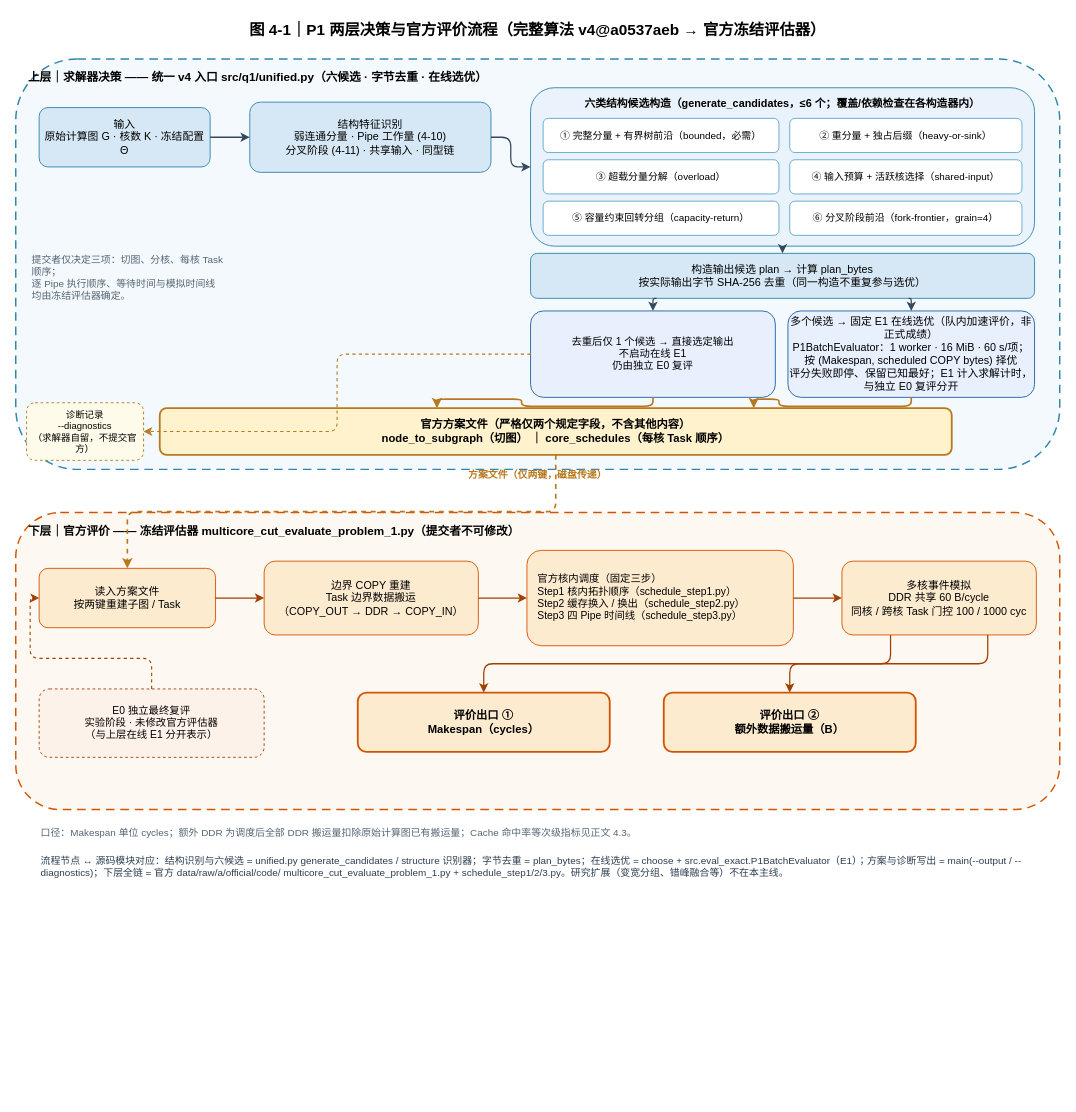
Above: figures/a/jia-fig4-1-20260926/fig4-1-p1-two-layer-flow.drawio in Vioano/huaweicup2026 (draw.io), before the change. Source tidied: cells renumbered, new cells numbered last; positions are measured from the earlier drawing's top-left corner, leaving out a move shared by most shapes. Both pictures are drawn from the tidied source at 90%, with x=0, y=0 at pixel (15, 15).
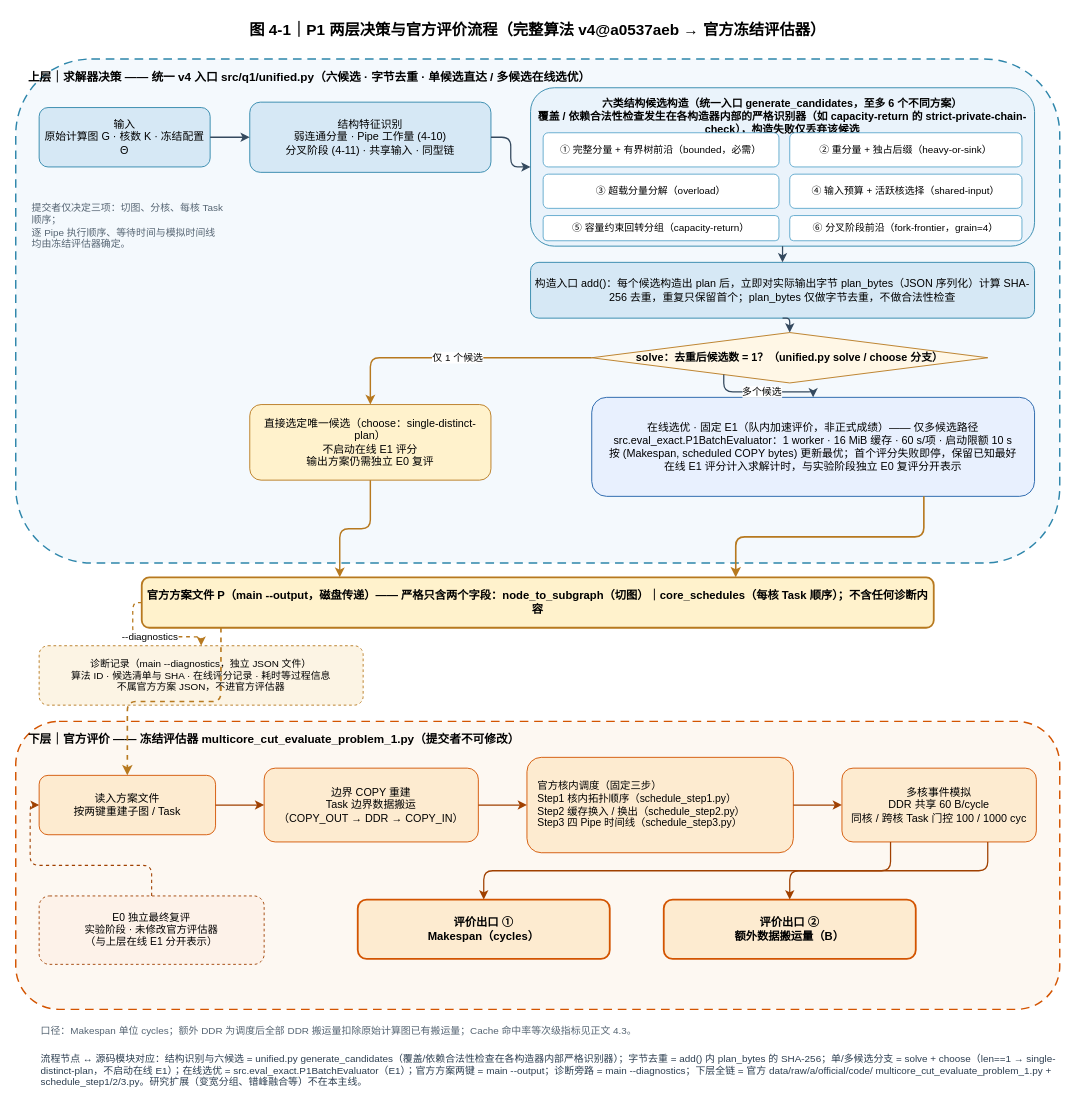
The same page after the edit.

Commit message (it also covers changes not shown here):
figures(4-1): rework per review 5836746442/5836853258 - fix stray mxCell, add single-candidate direct-output branch, candidates flow through add() byte dedup, split --diagnostics side output

The change refers to these unchanged cells:
```xml
<mxCell id="4" value="输入&#10;原始计算图 G · 核数 K · 冻结配置 Θ" style="rounded=1;whiteSpace=wrap;html=1;fillColor=#D6E8F5;strokeColor=#2E86AB;fontSize=12;fontFamily=Microsoft YaHei;" parent="1" vertex="1">
  <mxGeometry x="26" y="102" width="190" height="66" as="geometry" />
</mxCell>
<mxCell id="5" value="结构特征识别&#10;弱连通分量 · Pipe 工作量 (4-10)&#10;分叉阶段 (4-11) · 共享输入 · 同型链" style="rounded=1;whiteSpace=wrap;html=1;fillColor=#D6E8F5;strokeColor=#2E86AB;fontSize=12;fontFamily=Microsoft YaHei;" parent="1" vertex="1">
  <mxGeometry x="260" y="96" width="268" height="78" as="geometry" />
</mxCell>
```

The edit, as a diff of the source:
```diff
@@
-    <mxCell id="3" value="上层｜求解器决策 —— 统一 v4 入口 src/q1/unified.py（六候选 · 字节去重 · 在线选优）" style="rounded=1;whiteSpace=wrap;html=1;dashed=1;dashPattern=6 4;fillColor=#F4F9FD;strokeColor=#2E86AB;strokeWidth=1.6;fontSize=13;fontStyle=1;fontFamily=Microsoft YaHei;verticalAlign=top;align=left;spacingLeft=12;spacingTop=6;" parent="1" vertex="1">
-      <mxGeometry y="48" width="1160" height="456" as="geometry" />
+    <mxCell id="3" value="上层｜求解器决策 —— 统一 v4 入口 src/q1/unified.py（六候选 · 字节去重 · 单候选直达 / 多候选在线选优）" style="rounded=1;whiteSpace=wrap;html=1;dashed=1;dashPattern=6 4;fillColor=#F4F9FD;strokeColor=#2E86AB;strokeWidth=1.6;fontSize=13;fontStyle=1;fontFamily=Microsoft YaHei;verticalAlign=top;align=left;spacingLeft=12;spacingTop=6;" parent="1" vertex="1">
+      <mxGeometry y="48" width="1160" height="560" as="geometry" />
     </mxCell>
@@
-    <mxCell id="6" value="六类结构候选构造（generate_candidates，≤6 个；覆盖/依赖检查在各构造器内）" style="rounded=1;whiteSpace=wrap;html=1;fillColor=#EAF3FB;strokeColor=#2E86AB;fontSize=12;fontStyle=1;fontFamily=Microsoft YaHei;verticalAlign=top;spacingTop=4;" parent="1" vertex="1">
+    <mxCell id="6" value="六类结构候选构造（统一入口 generate_candidates，至多 6 个不同方案）&#10;覆盖 / 依赖合法性检查发生在各构造器内部的严格识别器（如 capacity-return 的 strict-private-chain-check），构造失败仅丢弃该候选" style="rounded=1;whiteSpace=wrap;html=1;fillColor=#EAF3FB;strokeColor=#2E86AB;fontSize=12;fontStyle=1;fontFamily=Microsoft YaHei;verticalAlign=top;spacingTop=4;" parent="1" vertex="1">
       <mxGeometry x="572" y="80" width="560" height="176" as="geometry" />
     </mxCell>
     <mxCell id="7" value="① 完整分量 + 有界树前沿（bounded，必需）" style="rounded=1;whiteSpace=wrap;html=1;fillColor=#FFFFFF;strokeColor=#5DA7CC;fontSize=11;fontFamily=Microsoft YaHei;" parent="6" vertex="1">
-      <mxGeometry x="14" y="34" width="262" height="38" as="geometry" />
+      <mxGeometry x="14" y="50" width="262" height="38" as="geometry" />
     </mxCell>
     <mxCell id="8" value="② 重分量 + 独占后缀（heavy-or-sink）" style="rounded=1;whiteSpace=wrap;html=1;fillColor=#FFFFFF;strokeColor=#5DA7CC;fontSize=11;fontFamily=Microsoft YaHei;" parent="6" vertex="1">
-      <mxGeometry x="288" y="34" width="258" height="38" as="geometry" />
+      <mxGeometry x="288" y="50" width="258" height="38" as="geometry" />
     </mxCell>
     <mxCell id="9" value="③ 超载分量分解（overload）" style="rounded=1;whiteSpace=wrap;html=1;fillColor=#FFFFFF;strokeColor=#5DA7CC;fontSize=11;fontFamily=Microsoft YaHei;" parent="6" vertex="1">
-      <mxGeometry x="14" y="80" width="262" height="38" as="geometry" />
+      <mxGeometry x="14" y="96" width="262" height="38" as="geometry" />
     </mxCell>
     <mxCell id="10" value="④ 输入预算 + 活跃核选择（shared-input）" style="rounded=1;whiteSpace=wrap;html=1;fillColor=#FFFFFF;strokeColor=#5DA7CC;fontSize=11;fontFamily=Microsoft YaHei;" parent="6" vertex="1">
-      <mxGeometry x="288" y="80" width="258" height="38" as="geometry" />
+      <mxGeometry x="288" y="96" width="258" height="38" as="geometry" />
     </mxCell>
     <mxCell id="11" value="⑤ 容量约束回转分组（capacity-return）" style="rounded=1;whiteSpace=wrap;html=1;fillColor=#FFFFFF;strokeColor=#5DA7CC;fontSize=11;fontFamily=Microsoft YaHei;" parent="6" vertex="1">
-      <mxGeometry x="14" y="126" width="262" height="38" as="geometry" />
+      <mxGeometry x="14" y="142" width="262" height="28" as="geometry" />
     </mxCell>
     <mxCell id="12" value="⑥ 分叉阶段前沿（fork-frontier，grain=4）" style="rounded=1;whiteSpace=wrap;html=1;fillColor=#FFFFFF;strokeColor=#5DA7CC;fontSize=11;fontFamily=Microsoft YaHei;" parent="6" vertex="1">
-      <mxGeometry x="288" y="126" width="258" height="38" as="geometry" />
+      <mxGeometry x="288" y="142" width="258" height="28" as="geometry" />
     </mxCell>
-    <mxCell id="13" value="构造输出候选 plan → 计算 plan_bytes&#10;按实际输出字节 SHA-256 去重（同一构造不重复参与选优）" style="rounded=1;whiteSpace=wrap;html=1;fillColor=#D6E8F5;strokeColor=#2E86AB;fontSize=12;fontFamily=Microsoft YaHei;" parent="1" vertex="1">
-      <mxGeometry x="572" y="264" width="560" height="50" as="geometry" />
+    <mxCell id="13" value="构造入口 add()：每个候选构造出 plan 后，立即对实际输出字节 plan_bytes（JSON 序列化）计算 SHA-256 去重，重复只保留首个；plan_bytes 仅做字节去重，不做合法性检查" style="rounded=1;whiteSpace=wrap;html=1;fillColor=#D6E8F5;strokeColor=#2E86AB;fontSize=12;fontFamily=Microsoft YaHei;" parent="1" vertex="1">
+      <mxGeometry x="572" y="274" width="560" height="62" as="geometry" />
     </mxCell>
+    <mxCell id="45" value="solve：去重后候选数 = 1？（unified.py solve / choose 分支）" style="rhombus;whiteSpace=wrap;html=1;fillColor=#FFF7E6;strokeColor=#B7791F;fontSize=12;fontStyle=1;fontFamily=Microsoft YaHei;" parent="1" vertex="1">
+      <mxGeometry x="640" y="352" width="440" height="56" as="geometry" />
+    </mxCell>
+    <mxCell id="15" value="直接选定唯一候选（choose：single-distinct-plan）&#10;不启动在线 E1 评分&#10;输出方案仍需独立 E0 复评" style="rounded=1;whiteSpace=wrap;html=1;fillColor=#FFF2CC;strokeColor=#B7791F;fontSize=12;fontFamily=Microsoft YaHei;" parent="1" vertex="1">
+      <mxGeometry x="260" y="432" width="268" height="84" as="geometry" />
+    </mxCell>
-    <mxCell id="14" value="多个候选 → 固定 E1 在线选优（队内加速评价，非正式成绩）&#10;P1BatchEvaluator：1 worker · 16 MiB · 60 s/项；按 (Makespan, scheduled COPY bytes) 择优&#10;评分失败即停、保留已知最好；E1 计入求解计时，与独立 E0 复评分开" style="rounded=1;whiteSpace=wrap;html=1;fillColor=#E8F0FE;strokeColor=#1F5FA8;fontSize=12;fontFamily=Microsoft YaHei;" parent="1" vertex="1">
-      <mxGeometry x="858" y="328" width="274" height="96" as="geometry" />
+    <mxCell id="14" value="在线选优 · 固定 E1（队内加速评价，非正式成绩）—— 仅多候选路径&#10;src.eval_exact.P1BatchEvaluator：1 worker · 16 MiB 缓存 · 60 s/项 · 启动限额 10 s&#10;按 (Makespan, scheduled COPY bytes) 更新最优；首个评分失败即停，保留已知最好&#10;在线 E1 评分计入求解计时，与实验阶段独立 E0 复评分开表示" style="rounded=1;whiteSpace=wrap;html=1;fillColor=#E8F0FE;strokeColor=#1F5FA8;fontSize=12;fontFamily=Microsoft YaHei;" parent="1" vertex="1">
+      <mxGeometry x="640" y="424" width="492" height="110" as="geometry" />
     </mxCell>
-    <mxCell id="15" value="去重后仅 1 个候选 → 直接选定输出&#10;不启动在线 E1&#10;仍由独立 E0 复评" style="rounded=1;whiteSpace=wrap;html=1;fillColor=#E8F0FE;strokeColor=#1F5FA8;fontSize=11.5;fontFamily=Microsoft YaHei;" parent="1" vertex="1">
-      <mxGeometry x="572" y="328" width="272" height="96" as="geometry" />
-    </mxCell>
-    <mxCell id="16" value="官方方案文件（严格仅两个规定字段，不含其他内容）&#10;node_to_subgraph（切图）   ｜   core_schedules（每核 Task 顺序）" style="rounded=1;whiteSpace=wrap;html=1;fillColor=#FFF2CC;strokeColor=#B7791F;strokeWidth=2;fontSize=12.5;fontStyle=1;fontFamily=Microsoft YaHei;" parent="1" vertex="1">
-      <mxGeometry x="160" y="436" width="880" height="52" as="geometry" />
+    <mxCell id="16" value="官方方案文件 P（main --output，磁盘传递）—— 严格只含两个字段：node_to_subgraph（切图）｜core_schedules（每核 Task 顺序）；不含任何诊断内容" style="rounded=1;whiteSpace=wrap;html=1;fillColor=#FFF2CC;strokeColor=#B7791F;strokeWidth=2;fontSize=12.5;fontStyle=1;fontFamily=Microsoft YaHei;" parent="1" vertex="1">
+      <mxGeometry x="140" y="624" width="880" height="56" as="geometry" />
     </mxCell>
-    <mxCell id="17" value="诊断记录&#10;--diagnostics&#10;（求解器自留，不提交官方）" style="rounded=1;whiteSpace=wrap;html=1;dashed=1;fillColor=#FFFBEA;strokeColor=#B7791F;fontSize=10.5;fontFamily=Microsoft YaHei;" parent="1" vertex="1">
-      <mxGeometry x="12" y="430" width="130" height="64" as="geometry" />
+    <mxCell id="17" value="诊断记录（main --diagnostics，独立 JSON 文件）&#10;算法 ID · 候选清单与 SHA · 在线评分记录 · 耗时等过程信息&#10;不属官方方案 JSON，不进官方评估器" style="rounded=1;whiteSpace=wrap;html=1;dashed=1;fillColor=#FCF4E4;strokeColor=#B7791F;fontSize=11;fontFamily=Microsoft YaHei;" parent="1" vertex="1">
+      <mxGeometry x="26" y="700" width="360" height="66" as="geometry" />
     </mxCell>
     <mxCell id="18" value="提交者仅决定三项：切图、分核、每核 Task 顺序；&#10;逐 Pipe 执行顺序、等待时间与模拟时间线均由冻结评估器确定。" style="text;html=1;strokeColor=none;fillColor=none;align=left;verticalAlign=middle;whiteSpace=wrap;rounded=0;fontSize=11;fontColor=#566573;fontFamily=Microsoft YaHei;" parent="1" vertex="1">
-      <mxGeometry x="16" y="236" width="216" height="110" as="geometry" />
+      <mxGeometry x="16" y="192" width="216" height="84" as="geometry" />
     </mxCell>
-    <mxCell id="19" value="方案文件（仅两键，磁盘传递）" style="text;html=1;strokeColor=none;fillColor=none;align=center;verticalAlign=middle;whiteSpace=wrap;rounded=0;fontSize=11;fontStyle=1;fontColor=#B7791F;fontFamily=Microsoft YaHei;" parent="1" vertex="1">
-      <mxGeometry x="460" y="498" width="240" height="24" as="geometry" />
-    </mxCell>
     <mxCell id="20" value="下层｜官方评价 —— 冻结评估器 multicore_cut_evaluate_problem_1.py（提交者不可修改）" style="rounded=1;whiteSpace=wrap;html=1;dashed=1;dashPattern=6 4;fillColor=#FDF8F2;strokeColor=#D35400;strokeWidth=1.6;fontSize=13;fontStyle=1;fontFamily=Microsoft YaHei;verticalAlign=top;align=left;spacingLeft=12;spacingTop=6;" parent="1" vertex="1">
-      <mxGeometry y="552" width="1160" height="330" as="geometry" />
+      <mxGeometry y="784" width="1160" height="320" as="geometry" />
     </mxCell>
     <mxCell id="21" value="读入方案文件&#10;按两键重建子图 / Task" style="rounded=1;whiteSpace=wrap;html=1;fillColor=#FDEBD0;strokeColor=#D35400;fontSize=12;fontFamily=Microsoft YaHei;" parent="1" vertex="1">
-      <mxGeometry x="26" y="614" width="196" height="66" as="geometry" />
+      <mxGeometry x="26" y="844" width="196" height="66" as="geometry" />
     </mxCell>
     <mxCell id="22" value="边界 COPY 重建&#10;Task 边界数据搬运&#10;（COPY_OUT → DDR → COPY_IN）" style="rounded=1;whiteSpace=wrap;html=1;fillColor=#FDEBD0;strokeColor=#D35400;fontSize=12;fontFamily=Microsoft YaHei;" parent="1" vertex="1">
-      <mxGeometry x="276" y="606" width="238" height="82" as="geometry" />
+      <mxGeometry x="276" y="836" width="238" height="82" as="geometry" />
     </mxCell>
     <mxCell id="23" value="官方核内调度（固定三步）&#10;Step1 核内拓扑顺序（schedule_step1.py）&#10;Step2 缓存换入 / 换出（schedule_step2.py）&#10;Step3 四 Pipe 时间线（schedule_step3.py）" style="rounded=1;whiteSpace=wrap;html=1;fillColor=#FDEBD0;strokeColor=#D35400;fontSize=11.5;fontFamily=Microsoft YaHei;align=left;spacingLeft=10;" parent="1" vertex="1">
-      <mxGeometry x="568" y="594" width="296" height="106" as="geometry" />
+      <mxGeometry x="568" y="824" width="296" height="106" as="geometry" />
     </mxCell>
     <mxCell id="24" value="多核事件模拟&#10;DDR 共享 60 B/cycle&#10;同核 / 跨核 Task 门控 100 / 1000 cyc" style="rounded=1;whiteSpace=wrap;html=1;fillColor=#FDEBD0;strokeColor=#D35400;fontSize=12;fontFamily=Microsoft YaHei;" parent="1" vertex="1">
-      <mxGeometry x="918" y="606" width="216" height="82" as="geometry" />
+      <mxGeometry x="918" y="836" width="216" height="82" as="geometry" />
     </mxCell>
     <mxCell id="25" value="E0 独立最终复评&#10;实验阶段 · 未修改官方评估器&#10;（与上层在线 E1 分开表示）" style="rounded=1;whiteSpace=wrap;html=1;dashed=1;fillColor=#FDF2E9;strokeColor=#A04000;fontSize=11.5;fontFamily=Microsoft YaHei;" parent="1" vertex="1">
-      <mxGeometry x="26" y="748" width="250" height="76" as="geometry" />
+      <mxGeometry x="26" y="978" width="250" height="76" as="geometry" />
     </mxCell>
     <mxCell id="26" value="评价出口 ①&#10;Makespan（cycles）" style="rounded=1;whiteSpace=wrap;html=1;fillColor=#FDEBD0;strokeColor=#D35400;strokeWidth=2;fontSize=12.5;fontStyle=1;fontFamily=Microsoft YaHei;" parent="1" vertex="1">
-      <mxGeometry x="380" y="752" width="280" height="66" as="geometry" />
+      <mxGeometry x="380" y="982" width="280" height="66" as="geometry" />
     </mxCell>
     <mxCell id="27" value="评价出口 ②&#10;额外数据搬运量（B）" style="rounded=1;whiteSpace=wrap;html=1;fillColor=#FDEBD0;strokeColor=#D35400;strokeWidth=2;fontSize=12.5;fontStyle=1;fontFamily=Microsoft YaHei;" parent="1" vertex="1">
-      <mxGeometry x="720" y="752" width="280" height="66" as="geometry" />
+      <mxGeometry x="720" y="982" width="280" height="66" as="geometry" />
     </mxCell>
     <mxCell id="28" value="口径：Makespan 单位 cycles；额外 DDR 为调度后全部 DDR 搬运量扣除原始计算图已有搬运量；Cache 命中率等次级指标见正文 4.3。" style="text;html=1;strokeColor=none;fillColor=none;align=left;verticalAlign=middle;whiteSpace=wrap;rounded=0;fontSize=11;fontColor=#566573;fontFamily=Microsoft YaHei;" parent="1" vertex="1">
-      <mxGeometry x="26" y="894" width="1130" height="28" as="geometry" />
+      <mxGeometry x="26" y="1114" width="1130" height="28" as="geometry" />
     </mxCell>
-    <mxCell id="29" value="流程节点 ↔ 源码模块对应：结构识别与六候选 = unified.py generate_candidates / structure 识别器；字节去重 = plan_bytes；在线选优 = choose + src.eval_exact.P1BatchEvaluator（E1）；方案与诊断写出 = main(--output / --diagnostics)；下层全链 = 官方 data/raw/a/official/code/ multicore_cut_evaluate_problem_1.py + schedule_step1/2/3.py。研究扩展（变宽分组、错峰融合等）不在本主线。" style="text;html=1;strokeColor=none;fillColor=none;align=left;verticalAlign=top;whiteSpace=wrap;rounded=0;fontSize=11;fontColor=#2C3E50;fontFamily=Microsoft YaHei;" parent="1" vertex="1">
-      <mxGeometry x="26" y="926" width="1130" height="60" as="geometry" />
+    <mxCell id="29" value="流程节点 ↔ 源码模块对应：结构识别与六候选 = unified.py generate_candidates（覆盖/依赖合法性检查在各构造器内部严格识别器）；字节去重 = add() 内 plan_bytes 的 SHA-256；单/多候选分支 = solve + choose（len==1 → single-distinct-plan，不启动在线 E1）；在线选优 = src.eval_exact.P1BatchEvaluator（E1）；官方方案两键 = main --output；诊断旁路 = main --diagnostics；下层全链 = 官方 data/raw/a/official/code/ multicore_cut_evaluate_problem_1.py + schedule_step1/2/3.py。研究扩展（变宽分组、错峰融合等）不在本主线。" style="text;html=1;strokeColor=none;fillColor=none;align=left;verticalAlign=top;whiteSpace=wrap;rounded=0;fontSize=11;fontColor=#2C3E50;fontFamily=Microsoft YaHei;" parent="1" vertex="1">
+      <mxGeometry x="26" y="1146" width="1130" height="56" as="geometry" />
     </mxCell>
-    <mxCell id="30" style="edgeStyle=orthogonalEdgeStyle;rounded=1;html=1;strokeColor=#34495E;strokeWidth=1.4;fontSize=11;" parent="1" edge="1" source="4" target="5">
+    <mxCell id="30" style="edgeStyle=orthogonalEdgeStyle;rounded=1;html=1;strokeColor=#34495E;strokeWidth=1.4;" parent="1" edge="1" source="4" target="5">
       <mxGeometry relative="1" as="geometry" />
     </mxCell>
@@
+    <mxCell id="46" style="edgeStyle=orthogonalEdgeStyle;rounded=1;html=1;strokeColor=#34495E;strokeWidth=1.4;exitX=0.5;exitY=1;entryX=0.5;entryY=0;" parent="1" edge="1" source="6" target="13">
+      <mxGeometry relative="1" as="geometry" />
+    </mxCell>
-    <mxCell id="32" style="edgeStyle=orthogonalEdgeStyle;rounded=1;html=1;strokeColor=#34495E;strokeWidth=1.4;exitX=0.5;exitY=1;entryX=0.5;entryY=0;" parent="1" edge="1" source="6" target="13">
+    <mxCell id="32" style="edgeStyle=orthogonalEdgeStyle;rounded=1;html=1;strokeColor=#34495E;strokeWidth=1.4;exitX=0.5;exitY=1;entryX=0.5;entryY=0;" parent="1" edge="1" source="13" target="45">
       <mxGeometry relative="1" as="geometry" />
     </mxCell>
-    <mxCell id="33" style="edgeStyle=orthogonalEdgeStyle;rounded=1;html=1;strokeColor=#34495E;strokeWidth=1.4;exitX=0.25;exitY=1;entryX=0.5;entryY=0;" parent="1" edge="1" source="13" target="15">
+    <mxCell id="33" value="多个候选" style="edgeStyle=orthogonalEdgeStyle;rounded=1;html=1;strokeColor=#34495E;strokeWidth=1.4;fontSize=11;exitX=0.25;exitY=1;entryX=0.5;entryY=0;" parent="1" edge="1" source="45" target="14">
       <mxGeometry relative="1" as="geometry" />
     </mxCell>
-    <mxCell id="34" style="edgeStyle=orthogonalEdgeStyle;rounded=1;html=1;strokeColor=#34495E;strokeWidth=1.4;exitX=0.75;exitY=1;entryX=0.5;entryY=0;" parent="1" edge="1" source="13" target="14">
-      <mxGeometry relative="1" as="geometry" />
-    </mxCell>
-    <mxCell id="35" style="edgeStyle=orthogonalEdgeStyle;rounded=1;html=1;strokeColor=#B7791F;strokeWidth=1.8;exitX=0.5;exitY=1;entryX=0.35;entryY=0;" parent="1" edge="1" source="15" target="16">
+    <mxCell id="35" value="仅 1 个候选" style="edgeStyle=orthogonalEdgeStyle;rounded=1;html=1;strokeColor=#B7791F;strokeWidth=1.6;fontSize=11;exitX=0;exitY=0.5;entryX=0.5;entryY=0;" parent="1" edge="1" source="45" target="15">
       <mxGeometry relative="1" as="geometry" />
     </mxCell>
-    <mxCell id="36" style="edgeStyle=orthogonalEdgeStyle;rounded=1;html=1;strokeColor=#B7791F;strokeWidth=1.8;exitX=0.5;exitY=1;entryX=0.75;entryY=0;" parent="1" edge="1" source="14" target="16">
-      <mxGeometry relative="1" as="geometry" />
-    </mxCell>
-    <mxCell id="37" style="edgeStyle=orthogonalEdgeStyle;rounded=1;html=1;strokeColor=#B7791F;strokeWidth=1.2;dashed=1;exitX=0;exitY=0.5;entryX=1;entryY=0.5;" parent="1" edge="1" source="15" target="17">
-      <mxGeometry relative="1" as="geometry" />
-    </mxCell>
-    <mxCell id="38" style="edgeStyle=orthogonalEdgeStyle;rounded=1;html=1;strokeColor=#B7791F;strokeWidth=1.8;dashed=1;exitX=0.5;exitY=1;entryX=0.5;entryY=0;" parent="1" edge="1" source="16" target="21">
+    <mxCell id="38" style="edgeStyle=orthogonalEdgeStyle;rounded=1;html=1;strokeColor=#B7791F;strokeWidth=1.6;exitX=0.5;exitY=1;entryX=0.25;entryY=0;" parent="1" edge="1" source="15" target="16">
       <mxGeometry relative="1" as="geometry" />
     </mxCell>
-    <mxCell id="39" style="edgeStyle=orthogonalEdgeStyle;rounded=1;html=1;strokeColor=#A04000;strokeWidth=1.4;" parent="1" edge="1" source="21" target="22">
+    <mxCell id="39" style="edgeStyle=orthogonalEdgeStyle;rounded=1;html=1;strokeColor=#B7791F;strokeWidth=1.8;exitX=0.75;exitY=1;entryX=0.75;entryY=0;" parent="1" edge="1" source="14" target="16">
       <mxGeometry relative="1" as="geometry" />
     </mxCell>
-    <mxCell id="40" style="edgeStyle=orthogonalEdgeStyle;rounded=1;html=1;strokeColor=#A04000;strokeWidth=1.4;" parent="1" edge="1" source="22" target="23">
+    <mxCell id="40" value="--diagnostics" style="edgeStyle=orthogonalEdgeStyle;rounded=1;html=1;strokeColor=#B7791F;strokeWidth=1.4;dashed=1;fontSize=11;exitX=0;exitY=0.5;entryX=0.5;entryY=0;" parent="1" edge="1" source="16" target="17">
       <mxGeometry relative="1" as="geometry" />
     </mxCell>
-    <mxCell id="41" style="edgeStyle=orthogonalEdgeStyle;rounded=1;html=1;strokeColor=#A04000;strokeWidth=1.4;" parent="1" edge="1" source="23" target="24">
+    <mxCell id="41" style="edgeStyle=orthogonalEdgeStyle;rounded=1;html=1;strokeColor=#B7791F;strokeWidth=1.8;dashed=1;exitX=0.1;exitY=1;entryX=0.5;entryY=0;" parent="1" edge="1" source="16" target="21">
       <mxGeometry relative="1" as="geometry" />
     </mxCell>
-    <mxCell id="42" style="edgeStyle=orthogonalEdgeStyle;rounded=1;html=1;strokeColor=#A04000;strokeWidth=1.4;exitX=0.25;exitY=1;" parent="1" edge="1" source="24" target="26">
+    <mxCell id="42" style="edgeStyle=orthogonalEdgeStyle;rounded=1;html=1;strokeColor=#A04000;strokeWidth=1.4;" parent="1" edge="1" source="21" target="22">
       <mxGeometry relative="1" as="geometry" />
     </mxCell>
-    <mxCell id="43" style="edgeStyle=orthogonalEdgeStyle;rounded=1;html=1;strokeColor=#A04000;strokeWidth=1.4;exitX=0.75;exitY=1;" parent="1" edge="1" source="24" target="27">
+    <mxCell id="43" style="edgeStyle=orthogonalEdgeStyle;rounded=1;html=1;strokeColor=#A04000;strokeWidth=1.4;" parent="1" edge="1" source="22" target="23">
       <mxGeometry relative="1" as="geometry" />
     </mxCell>
-    <mxCell id="44" style="edgeStyle=orthogonalEdgeStyle;rounded=1;html=1;strokeColor=#A04000;strokeWidth=1.2;dashed=1;exitX=0.5;exitY=0;entryX=0;entryY=0.5;entryDx=0;entryDy=0;" parent="1" edge="1" source="25" target="21">
+    <mxCell id="44" style="edgeStyle=orthogonalEdgeStyle;rounded=1;html=1;strokeColor=#A04000;strokeWidth=1.4;" parent="1" edge="1" source="23" target="24">
       <mxGeometry relative="1" as="geometry" />
     </mxCell>
+    <mxCell id="47" style="edgeStyle=orthogonalEdgeStyle;rounded=1;html=1;strokeColor=#A04000;strokeWidth=1.4;exitX=0.25;exitY=1;" parent="1" edge="1" source="24" target="26">
+      <mxGeometry relative="1" as="geometry" />
+    </mxCell>
+    <mxCell id="48" style="edgeStyle=orthogonalEdgeStyle;rounded=1;html=1;strokeColor=#A04000;strokeWidth=1.4;exitX=0.75;exitY=1;" parent="1" edge="1" source="24" target="27">
+      <mxGeometry relative="1" as="geometry" />
+    </mxCell>
+    <mxCell id="49" style="edgeStyle=orthogonalEdgeStyle;rounded=1;html=1;strokeColor=#A04000;strokeWidth=1.2;dashed=1;exitX=0.5;exitY=0;entryX=0;entryY=0.5;" parent="1" edge="1" source="25" target="21">
+      <mxGeometry relative="1" as="geometry" />
+    </mxCell>
```
